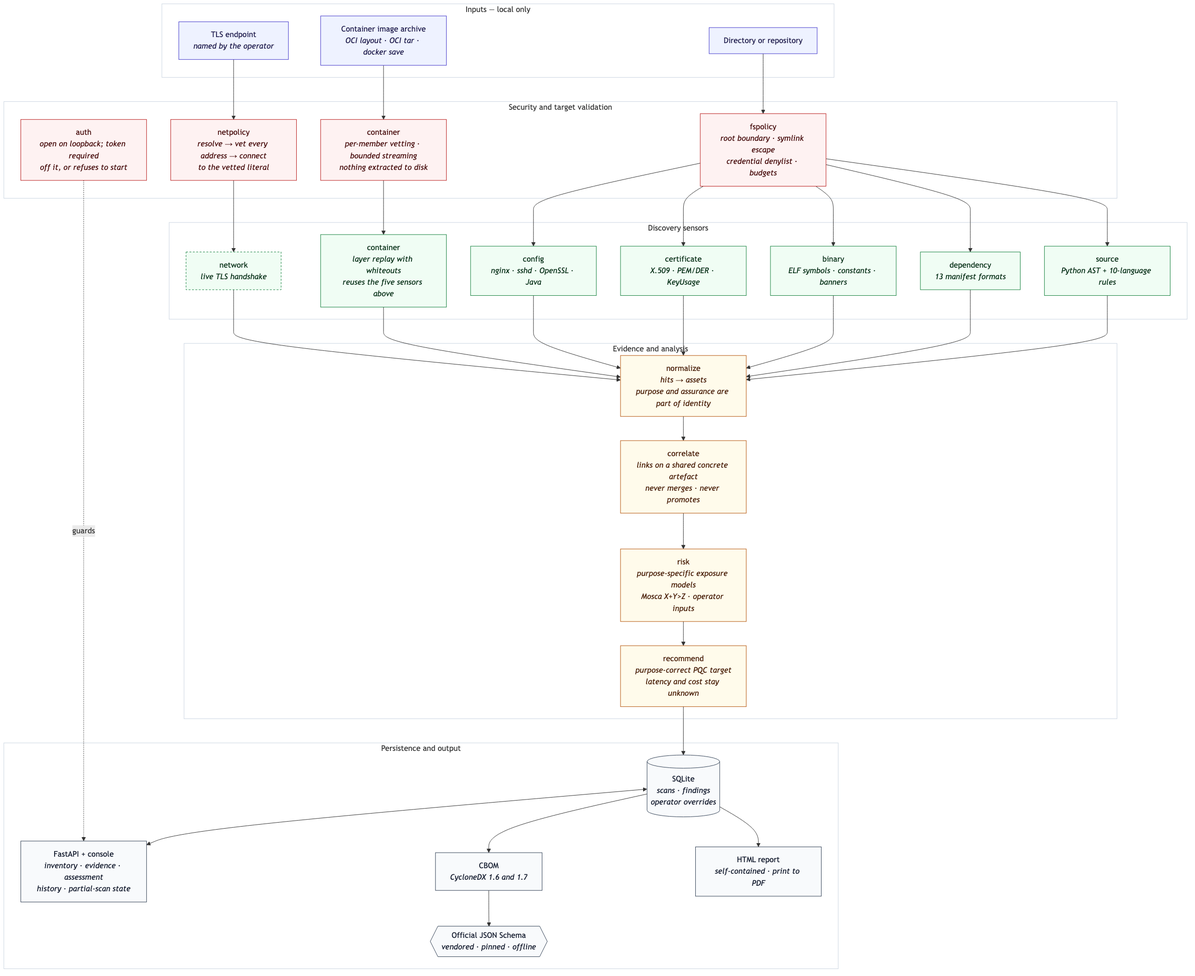
sgtsujith141-wq/cryptodrishti keeps this Mermaid diagram as docs/architecture/architecture.png. Above is the earlier version. Its source is kept beside it as docs/architecture/architecture.mmd. The source it was exported from:
```mermaid
flowchart TB
    subgraph IN["Inputs — local only"]
        direction LR
        D1["Directory or repository"]
        D2["Container image archive<br/><i>OCI layout · OCI tar · docker save</i>"]
        D3["TLS endpoint<br/><i>named by the operator</i>"]
    end

    subgraph GATE["Security and target validation"]
        direction LR
        G1["fspolicy<br/><i>root boundary · symlink escape<br/>credential denylist · budgets</i>"]
        G2["container<br/><i>per-member vetting · bounded streaming<br/>nothing extracted to disk</i>"]
        G3["netpolicy<br/><i>resolve → vet every address → connect<br/>to the vetted literal</i>"]
        G4["auth<br/><i>open on loopback; token required<br/>off it, or refuses to start</i>"]
    end

    subgraph SENSE["Discovery sensors"]
        S1["source<br/><i>Python AST + 10-language rules</i>"]
        S2["dependency<br/><i>13 manifest formats</i>"]
        S3["binary<br/><i>ELF symbols · constants · banners</i>"]
        S4["certificate<br/><i>X.509 · PEM/DER · KeyUsage</i>"]
        S5["config<br/><i>nginx · sshd · OpenSSL · Java</i>"]
        S6["container<br/><i>layer replay with whiteouts<br/>reuses the five sensors above</i>"]
        S7["network<br/><i>live TLS handshake</i>"]
    end

    subgraph CORE["Evidence and analysis"]
        direction LR
        N1["normalize<br/><i>hits → assets<br/>purpose and assurance are part of identity</i>"]
        N2["correlate<br/><i>links on a shared concrete artefact<br/>never merges · never promotes</i>"]
        N3["risk<br/><i>purpose-specific exposure models<br/>Mosca X+Y&gt;Z · operator inputs</i>"]
        N4["recommend<br/><i>purpose-correct PQC target<br/>latency and cost stay unknown</i>"]
    end

    subgraph OUT["Persistence and output"]
        direction LR
        P1[("SQLite<br/><i>scans · findings<br/>operator overrides</i>")]
        A1["FastAPI + console<br/><i>inventory · evidence · assessment<br/>history · partial-scan state</i>"]
        X1["CBOM<br/><i>CycloneDX 1.6 and 1.7</i>"]
        X2["HTML report<br/><i>self-contained · print to PDF</i>"]
        V1{{"Official JSON Schema<br/><i>vendored · pinned · offline</i>"}}
    end

    D1 --> G1
    D2 --> G2
    D3 --> G3

    G1 --> S1 & S2 & S3 & S4 & S5
    G2 --> S6
    G3 --> S7

    S1 & S2 & S3 & S4 & S5 & S6 & S7 --> N1
    N1 --> N2 --> N3 --> N4
    N4 --> P1
    P1 <--> A1
    P1 --> X1 & X2
    X1 --> V1

    G4 -.guards.-> A1

    classDef input fill:#EEF2FF,stroke:#4338CA,color:#1E1B4B
    classDef gate fill:#FEF2F2,stroke:#B91C1C,color:#450A0A
    classDef sensor fill:#F0FDF4,stroke:#15803D,color:#052E16
    classDef core fill:#FFFBEB,stroke:#B45309,color:#451A03
    classDef out fill:#F8FAFC,stroke:#334155,color:#0F172A
    classDef offline stroke-dasharray: 4 3

    class D1,D2,D3 input
    class G1,G2,G3,G4 gate
    class S1,S2,S3,S4,S5,S6 sensor
    class S7 sensor
    class N1,N2,N3,N4 core
    class P1,A1,X1,X2,V1 out
    class S7 offline

    style IN fill:#FFFFFF,stroke:#CBD5E1
    style GATE fill:#FFFFFF,stroke:#CBD5E1
    style SENSE fill:#FFFFFF,stroke:#CBD5E1
    style CORE fill:#FFFFFF,stroke:#CBD5E1
    style OUT fill:#FFFFFF,stroke:#CBD5E1
```
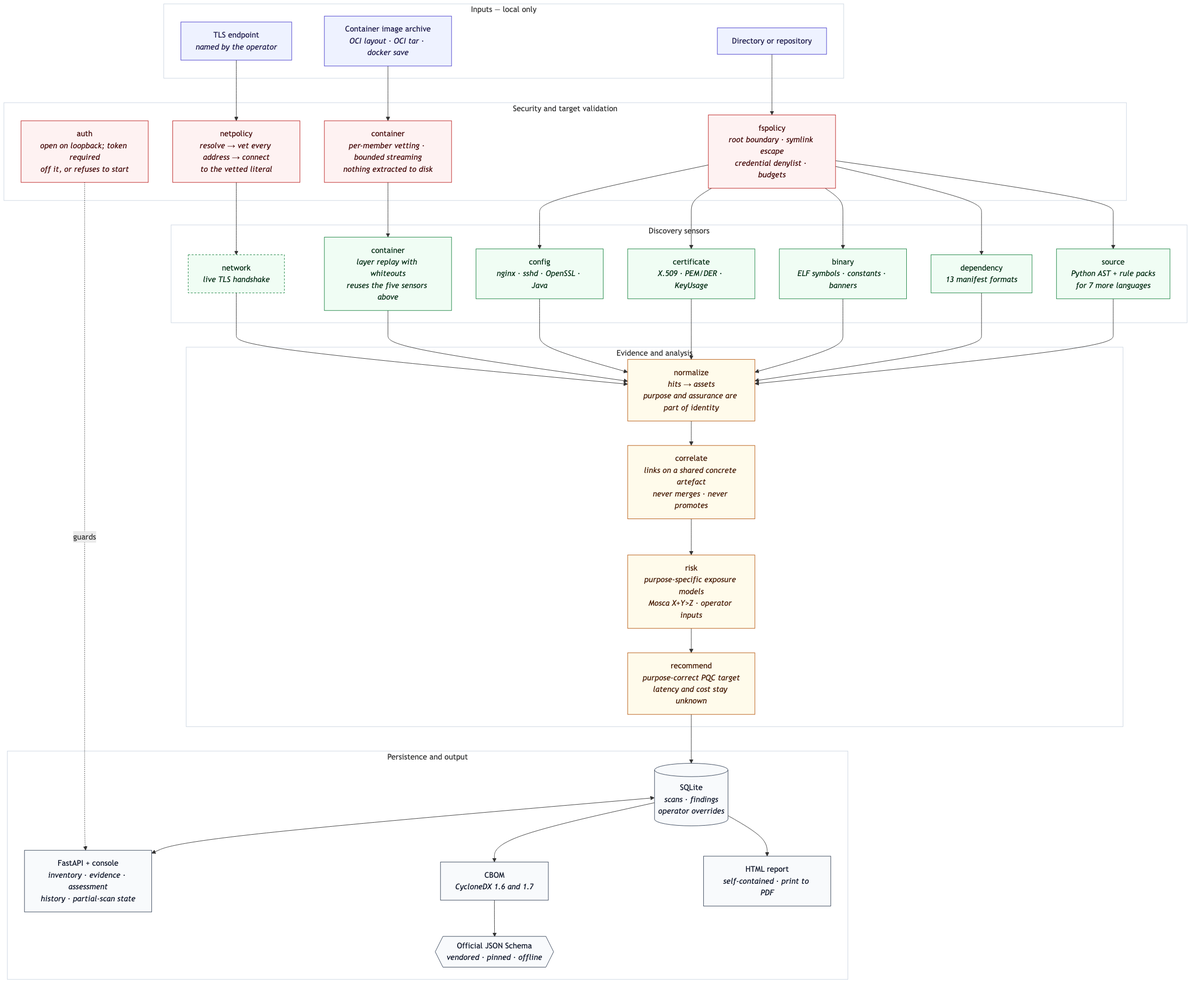
After the change.

Commit message:
Correct the language count in the architecture diagram

What changed in the source:
```diff
@@ -15,7 +15,7 @@
     end
 
     subgraph SENSE["Discovery sensors"]
-        S1["source<br/><i>Python AST + 10-language rules</i>"]
+        S1["source<br/><i>Python AST + rule packs<br/>for 7 more languages</i>"]
         S2["dependency<br/><i>13 manifest formats</i>"]
         S3["binary<br/><i>ELF symbols · constants · banners</i>"]
         S4["certificate<br/><i>X.509 · PEM/DER · KeyUsage</i>"]
```
